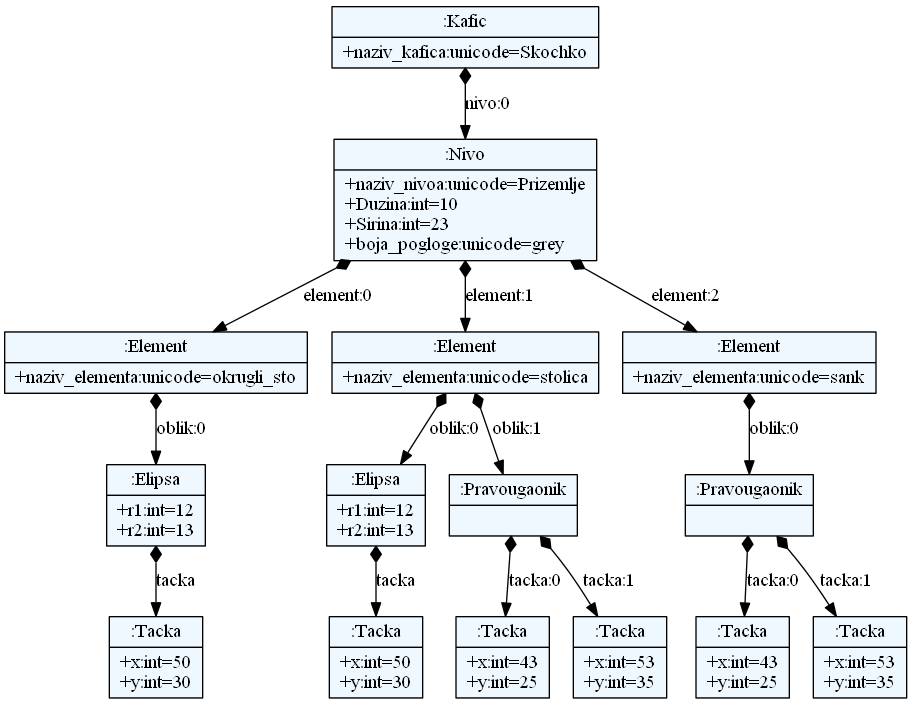
The Graphviz diagram JSDProject/language/model.png in 0xMilica/JSDGenerator, before a commit. Its source is kept beside it as JSDProject/language/model.dot.
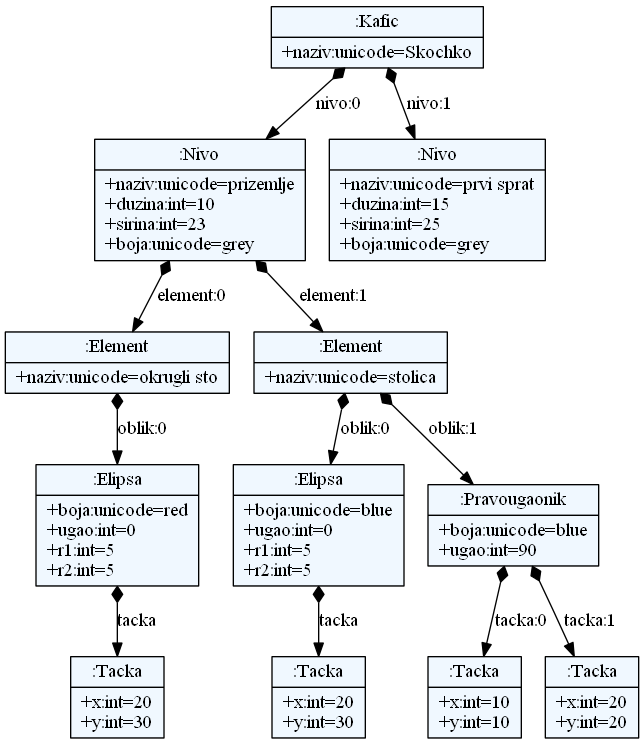
Above is the later version.

Commit message:
Dodati boja i ugao kao atributi za oblik, i promenjeno da kafic ima 1 ili vise nivoa (makar prizemlje)

Change to the diagram source:
```diff
@@ -9,34 +9,28 @@
     edge[dir=black,arrowtail=empty]
 
 
-48121728 -> 52398176 [label="nivo:0" arrowtail=diamond dir=both]
-52398176 -> 52588952 [label="element:0" arrowtail=diamond dir=both]
-52588952 -> 52589680 [label="oblik:0" arrowtail=diamond dir=both]
-52589680 -> 52589792 [label="tacka" arrowtail=diamond dir=both]
-52589792[label="{:Tacka|+x:int=50\l+y:int=30\l}"]
-52589680[label="{:Elipsa|+r1:int=12\l+r2:int=13\l}"]
-52588952[label="{:Element|+naziv_elementa:unicode=okrugli_sto\l}"]
-52398176 -> 52589008 [label="element:1" arrowtail=diamond dir=both]
-52589008 -> 52589848 [label="oblik:0" arrowtail=diamond dir=both]
-52589848 -> 52589960 [label="tacka" arrowtail=diamond dir=both]
-52589960[label="{:Tacka|+x:int=50\l+y:int=30\l}"]
-52589848[label="{:Elipsa|+r1:int=12\l+r2:int=13\l}"]
-52589008 -> 52589904 [label="oblik:1" arrowtail=diamond dir=both]
-52589904 -> 52590128 [label="tacka:0" arrowtail=diamond dir=both]
-52590128[label="{:Tacka|+x:int=43\l+y:int=25\l}"]
-52589904 -> 52590184 [label="tacka:1" arrowtail=diamond dir=both]
-52590184[label="{:Tacka|+x:int=53\l+y:int=35\l}"]
-52589904[label="{:Pravougaonik|}"]
-52589008[label="{:Element|+naziv_elementa:unicode=stolica\l}"]
-52398176 -> 52589568 [label="element:2" arrowtail=diamond dir=both]
-52589568 -> 52590072 [label="oblik:0" arrowtail=diamond dir=both]
-52590072 -> 52590352 [label="tacka:0" arrowtail=diamond dir=both]
-52590352[label="{:Tacka|+x:int=43\l+y:int=25\l}"]
-52590072 -> 52590408 [label="tacka:1" arrowtail=diamond dir=both]
-52590408[label="{:Tacka|+x:int=53\l+y:int=35\l}"]
-52590072[label="{:Pravougaonik|}"]
-52589568[label="{:Element|+naziv_elementa:unicode=sank\l}"]
-52398176[label="{:Nivo|+naziv_nivoa:unicode=Prizemlje\l+Duzina:int=10\l+Sirina:int=23\l+boja_pogloge:unicode=grey\l}"]
-48121728[label="{:Kafic|+naziv_kafica:unicode=Skochko\l}"]
+47966584 -> 52328096 [label="nivo:0" arrowtail=diamond dir=both]
+52328096 -> 52328264 [label="element:0" arrowtail=diamond dir=both]
+52328264 -> 52328432 [label="oblik:0" arrowtail=diamond dir=both]
+52328432 -> 52328544 [label="tacka" arrowtail=diamond dir=both]
+52328544[label="{:Tacka|+x:int=20\l+y:int=30\l}"]
+52328432[label="{:Elipsa|+boja:unicode=red\l+ugao:int=0\l+r1:int=5\l+r2:int=5\l}"]
+52328264[label="{:Element|+naziv:unicode=okrugli sto\l}"]
+52328096 -> 52328320 [label="element:1" arrowtail=diamond dir=both]
+52328320 -> 52328600 [label="oblik:0" arrowtail=diamond dir=both]
+52328600 -> 52328712 [label="tacka" arrowtail=diamond dir=both]
+52328712[label="{:Tacka|+x:int=20\l+y:int=30\l}"]
+52328600[label="{:Elipsa|+boja:unicode=blue\l+ugao:int=0\l+r1:int=5\l+r2:int=5\l}"]
+52328320 -> 52328656 [label="oblik:1" arrowtail=diamond dir=both]
+52328656 -> 52328880 [label="tacka:0" arrowtail=diamond dir=both]
+52328880[label="{:Tacka|+x:int=10\l+y:int=10\l}"]
+52328656 -> 52328936 [label="tacka:1" arrowtail=diamond dir=both]
+52328936[label="{:Tacka|+x:int=20\l+y:int=20\l}"]
+52328656[label="{:Pravougaonik|+boja:unicode=blue\l+ugao:int=90\l}"]
+52328320[label="{:Element|+naziv:unicode=stolica\l}"]
+52328096[label="{:Nivo|+naziv:unicode=prizemlje\l+duzina:int=10\l+sirina:int=23\l+boja:unicode=grey\l}"]
+47966584 -> 52328152 [label="nivo:1" arrowtail=diamond dir=both]
+52328152[label="{:Nivo|+naziv:unicode=prvi sprat\l+duzina:int=15\l+sirina:int=25\l+boja:unicode=grey\l}"]
+47966584[label="{:Kafic|+naziv:unicode=Skochko\l}"]
 
 }
```
